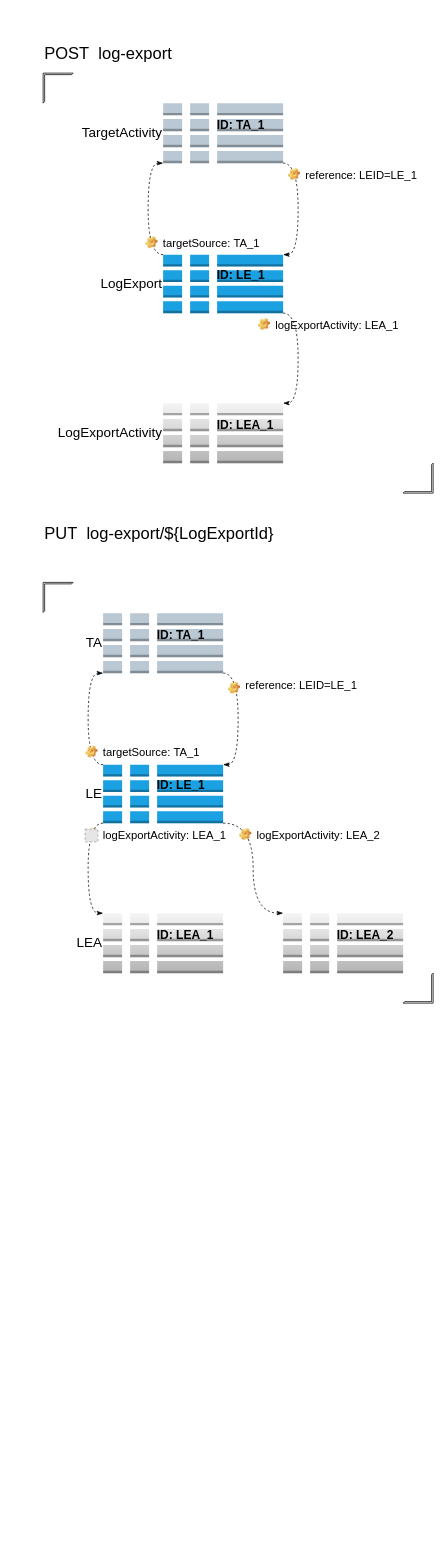
gaivin/drawio keeps this draw.io diagram as page "Cases" (5 of 5) of st/Log.drawio. Above is the earlier version. Source tidied: cells renumbered, new cells numbered last; positions are measured from the earlier drawing's top-left corner, leaving out a move shared by most shapes. Both pictures are drawn from the tidied source at 75%, with x=0, y=0 at pixel (43, 43). Pictures stored in the file or linked from it are replaced by grey dashed boxes.
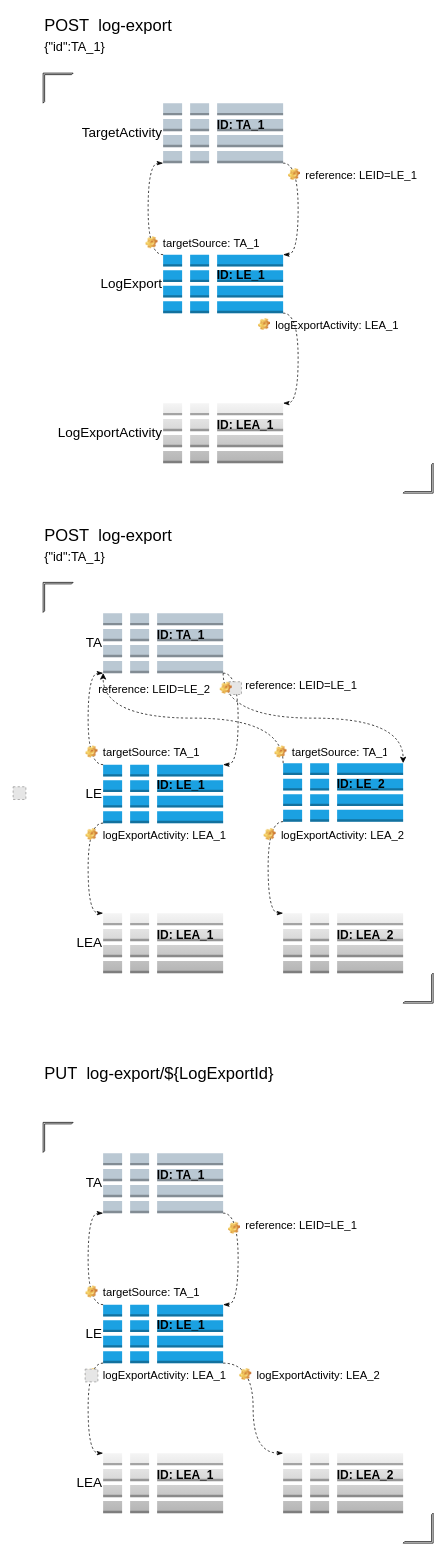
After the change.

The change refers to these unchanged cells:
```xml
<mxCell id="7" value="LE" style="outlineConnect=0;dashed=0;verticalLabelPosition=middle;verticalAlign=middle;align=right;html=1;shape=mxgraph.aws3.global_secondary_index;fillColor=#1ba1e2;fontSize=18;strokeColor=none;fontColor=#000000;points=[[0,0,0,0,0],[0,0.5,0,0,0],[0,1,0,0,0],[0.33,0,0,0,0],[0.33,1,0,0,0],[0.5,0,0,0,0],[0.5,1,0,0,0],[0.67,1,0,0,0],[0.68,0,0,0,0],[1,0,0,0,0],[1,0.5,0,0,0],[1,1,0,0,0]];labelPosition=left;" parent="1" vertex="1">
  <mxGeometry x="80" y="962" width="160" height="78" as="geometry" />
</mxCell>
<mxCell id="9" value="TA" style="outlineConnect=0;dashed=0;verticalLabelPosition=middle;verticalAlign=middle;align=right;html=1;shape=mxgraph.aws3.global_secondary_index;fillColor=#bac8d3;fontSize=18;strokeColor=#23445d;points=[[0,0,0,0,0],[0,0.5,0,0,0],[0,1,0,0,0],[0.33,0,0,0,0],[0.33,1,0,0,0],[0.5,0,0,0,0],[0.5,1,0,0,0],[0.67,0,0,0,0],[0.67,1,0,0,0],[1,0,0,0,0],[1,0.5,0,0,0],[1,1,0,0,0]];labelPosition=left;" parent="1" vertex="1">
  <mxGeometry x="80" y="760" width="160" height="80" as="geometry" />
</mxCell>
<mxCell id="20" style="outlineConnect=0;dashed=0;verticalLabelPosition=middle;verticalAlign=middle;align=right;html=1;shape=mxgraph.aws3.global_secondary_index;fillColor=#f5f5f5;fontSize=18;strokeColor=#666666;points=[[0,0,0,0,0],[0,0.5,0,0,0],[0,1,0,0,0],[0.33,0,0,0,0],[0.33,1,0,0,0],[0.5,0,0,0,0],[0.5,1,0,0,0],[0.67,0,0,0,0],[0.67,1,0,0,0],[1,0,0,0,0],[1,0.5,0,0,0],[1,1,0,0,0]];labelPosition=left;gradientColor=#b3b3b3;" parent="1" vertex="1">
  <mxGeometry x="320" y="1160" width="160" height="80" as="geometry" />
</mxCell>
```

What changed in the source:
```diff
@@
-    <mxCell id="3" value="POST&amp;nbsp; log-export" style="text;html=1;strokeColor=none;fillColor=none;align=left;verticalAlign=middle;whiteSpace=wrap;rounded=0;fontSize=22;" parent="1" vertex="1">
-      <mxGeometry width="440" height="30" as="geometry" />
+    <mxCell id="3" value="POST&amp;nbsp; log-export&lt;br&gt;&lt;span style=&quot;font-size: 17px;&quot;&gt;{&quot;id&quot;:TA_1}&lt;/span&gt;" style="text;html=1;strokeColor=none;fillColor=none;align=left;verticalAlign=middle;whiteSpace=wrap;rounded=0;fontSize=22;" parent="1" vertex="1">
+      <mxGeometry y="-40" width="440" height="60" as="geometry" />
     </mxCell>
@@
-    <mxCell id="6" style="edgeStyle=orthogonalEdgeStyle;curved=1;rounded=0;jettySize=auto;html=1;exitX=1;exitY=1;exitDx=0;exitDy=0;exitPerimeter=0;entryX=0;entryY=0;entryDx=0;entryDy=0;entryPerimeter=0;dashed=1;fontSize=16;startArrow=none;startFill=0;endArrow=classicThin;endFill=1;" parent="1" edge="1" source="7" target="20">
+    <mxCell id="6" style="edgeStyle=orthogonalEdgeStyle;curved=1;rounded=0;jettySize=auto;html=1;exitX=0;exitY=1;exitDx=0;exitDy=0;exitPerimeter=0;entryX=0;entryY=0;entryDx=0;entryDy=0;entryPerimeter=0;dashed=1;fontSize=16;startArrow=none;startFill=0;endArrow=classicThin;endFill=1;" parent="1" edge="1" source="61" target="20">
       <mxGeometry relative="1" as="geometry">
         <Array as="points">
-          <mxPoint x="280" y="1040" />
-          <mxPoint x="280" y="1160" />
+          <mxPoint x="300" y="1038" />
+          <mxPoint x="300" y="1160" />
         </Array>
       </mxGeometry>
     </mxCell>
@@
+    <mxCell id="38" style="edgeStyle=orthogonalEdgeStyle;curved=1;rounded=0;jettySize=auto;html=1;exitX=1;exitY=1;exitDx=0;exitDy=0;exitPerimeter=0;entryX=1;entryY=0;entryDx=0;entryDy=0;entryPerimeter=0;dashed=1;fontSize=17;" parent="1" edge="1" source="9" target="61">
+      <mxGeometry relative="1" as="geometry" />
+    </mxCell>
@@
     <mxCell id="11" value="targetSource: TA_1" style="label;fontStyle=0;strokeColor=none;fillColor=none;align=left;verticalAlign=top;overflow=hidden;spacingLeft=28;spacingRight=4;imageWidth=16;imageHeight=16;image=img/clipart/Gear_128x128.png;fontSize=15;" parent="1" vertex="1">
-      <mxGeometry x="50" y="930" width="270" height="30" as="geometry" />
+      <mxGeometry x="50" y="930" width="180" height="30" as="geometry" />
     </mxCell>
     <mxCell id="12" value="logExportActivity: LEA_1" style="label;fontStyle=0;strokeColor=none;fillColor=none;align=left;verticalAlign=top;overflow=hidden;spacingLeft=28;spacingRight=4;imageWidth=16;imageHeight=16;image=img/clipart/Gear_128x128.png;fontSize=15;" parent="1" vertex="1">
-      <mxGeometry x="50" y="1040" width="240" height="30" as="geometry" />
+      <mxGeometry x="50" y="1040" width="200" height="30" as="geometry" />
     </mxCell>
@@
-    <mxCell id="17" value="PUT&amp;nbsp; log-export/${LogExportId}" style="text;html=1;strokeColor=none;fillColor=none;align=left;verticalAlign=middle;whiteSpace=wrap;rounded=0;fontSize=22;" parent="1" vertex="1">
-      <mxGeometry y="640" width="440" height="30" as="geometry" />
+    <mxCell id="17" value="POST&amp;nbsp; log-export&lt;br&gt;&lt;font style=&quot;font-size: 17px;&quot;&gt;{&quot;id&quot;:TA_1}&lt;/font&gt;" style="text;html=1;strokeColor=none;fillColor=none;align=left;verticalAlign=middle;whiteSpace=wrap;rounded=0;fontSize=22;" parent="1" vertex="1">
+      <mxGeometry y="640" width="440" height="60" as="geometry" />
     </mxCell>
@@
     <mxCell id="34" value="logExportActivity: LEA_2" style="label;fontStyle=0;strokeColor=none;fillColor=none;align=left;verticalAlign=top;overflow=hidden;spacingLeft=28;spacingRight=4;imageWidth=16;imageHeight=16;image=img/clipart/Gear_128x128.png;fontSize=15;" parent="1" vertex="1">
-      <mxGeometry x="255" y="1040" width="240" height="30" as="geometry" />
+      <mxGeometry x="287.5" y="1040" width="205" height="30" as="geometry" />
     </mxCell>
@@
     <mxCell id="37" style="fillColor=#E6E6E6;strokeColor=#999999;dashed=1;html=1;verticalAlign=top;verticalLabelPosition=bottom;labelBackgroundColor=#ffffff;fontSize=18;" parent="1" vertex="1">
-      <mxGeometry x="56" y="1048" width="17" height="17" as="geometry" />
+      <mxGeometry x="-40" y="991.5" width="17" height="17" as="geometry" />
     </mxCell>
+    <mxCell id="39" style="rounded=0;whiteSpace=wrap;html=1;strokeColor=none;fontSize=18;" parent="1" vertex="1">
+      <mxGeometry y="1440" width="520" height="560" as="geometry" />
+    </mxCell>
+    <mxCell id="40" value="LEA" style="outlineConnect=0;dashed=0;verticalLabelPosition=middle;verticalAlign=middle;align=right;html=1;shape=mxgraph.aws3.global_secondary_index;fillColor=#f5f5f5;fontSize=18;strokeColor=#666666;points=[[0,0,0,0,0],[0,0.5,0,0,0],[0,1,0,0,0],[0.33,0,0,0,0],[0.33,1,0,0,0],[0.5,0,0,0,0],[0.5,1,0,0,0],[0.67,0,0,0,0],[0.67,1,0,0,0],[1,0,0,0,0],[1,0.5,0,0,0],[1,1,0,0,0]];labelPosition=left;gradientColor=#b3b3b3;" parent="1" vertex="1">
+      <mxGeometry x="80" y="1880" width="160" height="80" as="geometry" />
+    </mxCell>
+    <mxCell id="41" style="edgeStyle=orthogonalEdgeStyle;rounded=0;jettySize=auto;html=1;exitX=0;exitY=1;exitDx=0;exitDy=0;exitPerimeter=0;dashed=1;strokeWidth=1;fontSize=18;fontColor=#000000;startArrow=none;startFill=0;endArrow=classicThin;endFill=1;curved=1;entryX=0;entryY=0;entryDx=0;entryDy=0;entryPerimeter=0;" parent="1" edge="1" source="43" target="40">
+      <mxGeometry relative="1" as="geometry">
+        <Array as="points">
+          <mxPoint x="60" y="1760" />
+          <mxPoint x="60" y="1880" />
+        </Array>
+      </mxGeometry>
+    </mxCell>
+    <mxCell id="42" style="edgeStyle=orthogonalEdgeStyle;curved=1;rounded=0;jettySize=auto;html=1;exitX=1;exitY=1;exitDx=0;exitDy=0;exitPerimeter=0;entryX=0;entryY=0;entryDx=0;entryDy=0;entryPerimeter=0;dashed=1;fontSize=16;startArrow=none;startFill=0;endArrow=classicThin;endFill=1;" parent="1" edge="1" source="43" target="55">
+      <mxGeometry relative="1" as="geometry">
+        <Array as="points">
+          <mxPoint x="280" y="1760" />
+          <mxPoint x="280" y="1880" />
+        </Array>
+      </mxGeometry>
+    </mxCell>
+    <mxCell id="43" value="LE" style="outlineConnect=0;dashed=0;verticalLabelPosition=middle;verticalAlign=middle;align=right;html=1;shape=mxgraph.aws3.global_secondary_index;fillColor=#1ba1e2;fontSize=18;strokeColor=none;fontColor=#000000;points=[[0,0,0,0,0],[0,0.5,0,0,0],[0,1,0,0,0],[0.33,0,0,0,0],[0.33,1,0,0,0],[0.5,0,0,0,0],[0.5,1,0,0,0],[0.67,1,0,0,0],[0.68,0,0,0,0],[1,0,0,0,0],[1,0.5,0,0,0],[1,1,0,0,0]];labelPosition=left;" parent="1" vertex="1">
+      <mxGeometry x="80" y="1682" width="160" height="78" as="geometry" />
+    </mxCell>
+    <mxCell id="44" style="edgeStyle=orthogonalEdgeStyle;curved=1;rounded=0;jettySize=auto;html=1;exitX=1;exitY=1;exitDx=0;exitDy=0;exitPerimeter=0;entryX=1;entryY=0;entryDx=0;entryDy=0;entryPerimeter=0;fontSize=18;startArrow=none;startFill=0;endArrow=classicThin;endFill=1;dashed=1;" parent="1" edge="1" source="45" target="43">
+      <mxGeometry relative="1" as="geometry">
+        <Array as="points">
+          <mxPoint x="260" y="1560" />
+          <mxPoint x="260" y="1682" />
+        </Array>
+      </mxGeometry>
+    </mxCell>
+    <mxCell id="45" value="TA" style="outlineConnect=0;dashed=0;verticalLabelPosition=middle;verticalAlign=middle;align=right;html=1;shape=mxgraph.aws3.global_secondary_index;fillColor=#bac8d3;fontSize=18;strokeColor=#23445d;points=[[0,0,0,0,0],[0,0.5,0,0,0],[0,1,0,0,0],[0.33,0,0,0,0],[0.33,1,0,0,0],[0.5,0,0,0,0],[0.5,1,0,0,0],[0.67,0,0,0,0],[0.67,1,0,0,0],[1,0,0,0,0],[1,0.5,0,0,0],[1,1,0,0,0]];labelPosition=left;" parent="1" vertex="1">
+      <mxGeometry x="80" y="1480" width="160" height="80" as="geometry" />
+    </mxCell>
+    <mxCell id="46" style="rounded=0;jettySize=auto;html=1;exitX=0;exitY=0;exitDx=0;exitDy=0;exitPerimeter=0;dashed=1;strokeWidth=1;fontSize=18;fontColor=#000000;startArrow=none;startFill=0;endArrow=classicThin;endFill=1;edgeStyle=orthogonalEdgeStyle;curved=1;entryX=0;entryY=1;entryDx=0;entryDy=0;entryPerimeter=0;" parent="1" edge="1" source="43" target="45">
+      <mxGeometry relative="1" as="geometry">
+        <Array as="points">
+          <mxPoint x="60" y="1682" />
+          <mxPoint x="60" y="1560" />
+        </Array>
+      </mxGeometry>
+    </mxCell>
+    <mxCell id="47" value="targetSource: TA_1" style="label;fontStyle=0;strokeColor=none;fillColor=none;align=left;verticalAlign=top;overflow=hidden;spacingLeft=28;spacingRight=4;imageWidth=16;imageHeight=16;image=img/clipart/Gear_128x128.png;fontSize=15;" parent="1" vertex="1">
+      <mxGeometry x="50" y="1650" width="270" height="30" as="geometry" />
+    </mxCell>
+    <mxCell id="48" value="logExportActivity: LEA_1" style="label;fontStyle=0;strokeColor=none;fillColor=none;align=left;verticalAlign=top;overflow=hidden;spacingLeft=28;spacingRight=4;imageWidth=16;imageHeight=16;image=img/clipart/Gear_128x128.png;fontSize=15;" parent="1" vertex="1">
+      <mxGeometry x="50" y="1760" width="240" height="30" as="geometry" />
+    </mxCell>
+    <mxCell id="49" value="reference: LEID=LE_1" style="label;fontStyle=0;strokeColor=none;fillColor=none;align=left;verticalAlign=top;overflow=hidden;spacingLeft=28;spacingRight=4;imageWidth=16;imageHeight=16;image=img/clipart/Gear_128x128.png;fontSize=15;" parent="1" vertex="1">
+      <mxGeometry x="240" y="1560" width="200" height="40" as="geometry" />
+    </mxCell>
+    <mxCell id="50" value="ID: TA_1" style="text;html=1;strokeColor=none;fillColor=none;align=left;verticalAlign=middle;whiteSpace=wrap;rounded=0;fontSize=16;fontStyle=1;" parent="1" vertex="1">
+      <mxGeometry x="150" y="1499" width="90" height="20" as="geometry" />
+    </mxCell>
+    <mxCell id="51" value="ID: LE_1" style="text;html=1;strokeColor=none;fillColor=none;align=left;verticalAlign=middle;whiteSpace=wrap;rounded=0;fontSize=16;fontStyle=1;" parent="1" vertex="1">
+      <mxGeometry x="150" y="1699" width="90" height="20" as="geometry" />
+    </mxCell>
+    <mxCell id="52" value="ID: LEA_1" style="text;html=1;strokeColor=none;fillColor=none;align=left;verticalAlign=middle;whiteSpace=wrap;rounded=0;fontSize=16;fontStyle=1;" parent="1" vertex="1">
+      <mxGeometry x="150" y="1899" width="90" height="20" as="geometry" />
+    </mxCell>
+    <mxCell id="53" value="PUT&amp;nbsp; log-export/${LogExportId}" style="text;html=1;strokeColor=none;fillColor=none;align=left;verticalAlign=middle;whiteSpace=wrap;rounded=0;fontSize=22;" parent="1" vertex="1">
+      <mxGeometry y="1360" width="440" height="30" as="geometry" />
+    </mxCell>
+    <mxCell id="54" style="verticalLabelPosition=bottom;verticalAlign=top;html=1;shape=mxgraph.basic.frame_corner;dx=2;whiteSpace=wrap;strokeColor=default;fontSize=16;rotation=0;" parent="1" vertex="1">
+      <mxGeometry y="1439" width="40" height="40" as="geometry" />
+    </mxCell>
+    <mxCell id="55" style="outlineConnect=0;dashed=0;verticalLabelPosition=middle;verticalAlign=middle;align=right;html=1;shape=mxgraph.aws3.global_secondary_index;fillColor=#f5f5f5;fontSize=18;strokeColor=#666666;points=[[0,0,0,0,0],[0,0.5,0,0,0],[0,1,0,0,0],[0.33,0,0,0,0],[0.33,1,0,0,0],[0.5,0,0,0,0],[0.5,1,0,0,0],[0.67,0,0,0,0],[0.67,1,0,0,0],[1,0,0,0,0],[1,0.5,0,0,0],[1,1,0,0,0]];labelPosition=left;gradientColor=#b3b3b3;" parent="1" vertex="1">
+      <mxGeometry x="320" y="1880" width="160" height="80" as="geometry" />
+    </mxCell>
+    <mxCell id="56" value="ID: LEA_2" style="text;html=1;strokeColor=none;fillColor=none;align=left;verticalAlign=middle;whiteSpace=wrap;rounded=0;fontSize=16;fontStyle=1;" parent="1" vertex="1">
+      <mxGeometry x="390" y="1899" width="90" height="20" as="geometry" />
+    </mxCell>
+    <mxCell id="57" value="logExportActivity: LEA_2" style="label;fontStyle=0;strokeColor=none;fillColor=none;align=left;verticalAlign=top;overflow=hidden;spacingLeft=28;spacingRight=4;imageWidth=16;imageHeight=16;image=img/clipart/Gear_128x128.png;fontSize=15;" parent="1" vertex="1">
+      <mxGeometry x="255" y="1760" width="240" height="30" as="geometry" />
+    </mxCell>
+    <mxCell id="58" style="verticalLabelPosition=bottom;verticalAlign=top;html=1;shape=mxgraph.basic.frame_corner;dx=2;whiteSpace=wrap;strokeColor=default;fontSize=16;rotation=-180;" parent="1" vertex="1">
+      <mxGeometry x="480" y="1960" width="40" height="40" as="geometry" />
+    </mxCell>
+    <mxCell id="59" style="fillColor=#E6E6E6;strokeColor=#999999;dashed=1;html=1;verticalAlign=top;verticalLabelPosition=bottom;labelBackgroundColor=#ffffff;fontSize=18;" parent="1" vertex="1">
+      <mxGeometry x="56" y="1768" width="17" height="17" as="geometry" />
+    </mxCell>
+    <mxCell id="60" style="edgeStyle=orthogonalEdgeStyle;curved=1;rounded=0;jettySize=auto;html=1;exitX=0;exitY=0;exitDx=0;exitDy=0;exitPerimeter=0;fontSize=17;entryX=0;entryY=1;entryDx=0;entryDy=0;entryPerimeter=0;dashed=1;" parent="1" edge="1" source="61" target="9">
+      <mxGeometry relative="1" as="geometry" />
+    </mxCell>
+    <mxCell id="61" style="outlineConnect=0;dashed=0;verticalLabelPosition=middle;verticalAlign=middle;align=right;html=1;shape=mxgraph.aws3.global_secondary_index;fillColor=#1ba1e2;fontSize=18;strokeColor=none;fontColor=#000000;points=[[0,0,0,0,0],[0,0.5,0,0,0],[0,1,0,0,0],[0.33,0,0,0,0],[0.33,1,0,0,0],[0.5,0,0,0,0],[0.5,1,0,0,0],[0.67,1,0,0,0],[0.68,0,0,0,0],[1,0,0,0,0],[1,0.5,0,0,0],[1,1,0,0,0]];labelPosition=left;" parent="1" vertex="1">
+      <mxGeometry x="320" y="960" width="160" height="78" as="geometry" />
+    </mxCell>
+    <mxCell id="62" value="ID: LE_2" style="text;html=1;strokeColor=none;fillColor=none;align=left;verticalAlign=middle;whiteSpace=wrap;rounded=0;fontSize=16;fontStyle=1;" parent="1" vertex="1">
+      <mxGeometry x="390" y="977" width="90" height="20" as="geometry" />
+    </mxCell>
+    <mxCell id="63" style="fillColor=#E6E6E6;strokeColor=#999999;dashed=1;html=1;verticalAlign=top;verticalLabelPosition=bottom;labelBackgroundColor=#ffffff;fontSize=18;" parent="1" vertex="1">
+      <mxGeometry x="247.5" y="851.5" width="17" height="17" as="geometry" />
+    </mxCell>
+    <mxCell id="64" value="targetSource: TA_1" style="label;fontStyle=0;strokeColor=none;fillColor=none;align=left;verticalAlign=top;overflow=hidden;spacingLeft=28;spacingRight=4;imageWidth=16;imageHeight=16;image=img/clipart/Gear_128x128.png;fontSize=15;" parent="1" vertex="1">
+      <mxGeometry x="302" y="930" width="160" height="30" as="geometry" />
+    </mxCell>
+    <mxCell id="65" value="reference: LEID=LE_2" style="label;fontStyle=0;strokeColor=none;fillColor=none;align=right;verticalAlign=middle;overflow=hidden;spacingLeft=28;spacingRight=4;imageWidth=16;imageHeight=16;image=img/clipart/Gear_128x128.png;fontSize=15;labelPosition=left;verticalLabelPosition=middle;" parent="1" vertex="1">
+      <mxGeometry x="229" y="840" width="170" height="40" as="geometry" />
+    </mxCell>
```
